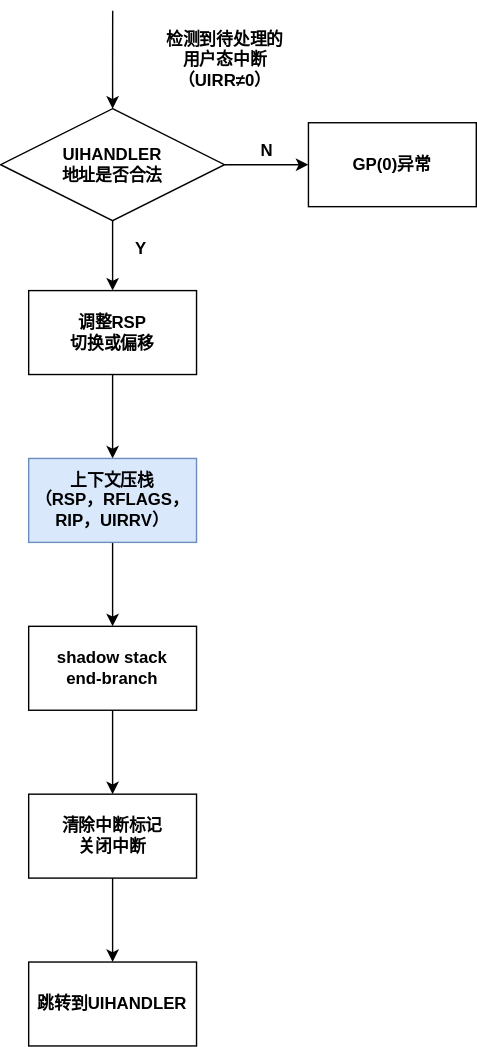
Above: assets/intel-uintr/delivery.svg in Gallium70/rv-n-ext-impl (draw.io), before the change. Source tidied: cells renumbered, new cells last; positions are measured from the earlier drawing's top-left corner, leaving out a move shared by most shapes.
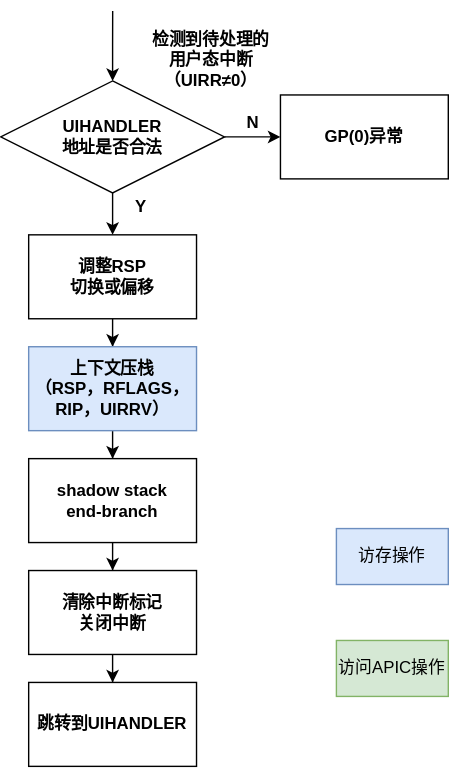
The same file after the commit.

The edit, as a diff of the source:
```diff
@@ -6,7 +6,7 @@
       <mxGeometry relative="1" as="geometry" />
     </mxCell>
     <mxCell id="3" value="调整RSP&lt;br&gt;切换或偏移" style="rounded=0;whiteSpace=wrap;html=1;fontStyle=1;" parent="1" vertex="1">
-      <mxGeometry x="20" y="200" width="120" height="60" as="geometry" />
+      <mxGeometry x="20" y="180" width="120" height="60" as="geometry" />
     </mxCell>
     <mxCell id="4" style="edgeStyle=orthogonalEdgeStyle;rounded=0;jettySize=auto;html=1;exitX=0.5;exitY=1;exitDx=0;exitDy=0;entryX=0.5;entryY=0;entryDx=0;entryDy=0;fontStyle=1;" parent="1" edge="1" source="7" target="3">
       <mxGeometry relative="1" as="geometry" />
@@ -16,44 +16,50 @@
     </mxCell>
     <mxCell id="6" style="edgeStyle=orthogonalEdgeStyle;rounded=0;jettySize=auto;html=1;exitX=0.5;exitY=0;exitDx=0;exitDy=0;endArrow=none;endFill=0;startArrow=classic;startFill=1;fontStyle=1;" parent="1" edge="1" source="7">
       <mxGeometry relative="1" as="geometry">
-        <mxPoint x="80.1" as="targetPoint" />
+        <mxPoint x="80.1" y="20" as="targetPoint" />
       </mxGeometry>
     </mxCell>
     <mxCell id="7" value="UIHANDLER&lt;br&gt;地址是否合法" style="rhombus;whiteSpace=wrap;html=1;fontStyle=1;" parent="1" vertex="1">
       <mxGeometry y="70" width="160" height="80" as="geometry" />
     </mxCell>
     <mxCell id="8" value="Y" style="text;html=1;align=center;verticalAlign=middle;strokeColor=none;fontStyle=1;" parent="1" vertex="1">
-      <mxGeometry x="90" y="160" width="20" height="20" as="geometry" />
+      <mxGeometry x="90" y="150" width="20" height="20" as="geometry" />
     </mxCell>
     <mxCell id="9" value="GP(0)异常" style="whiteSpace=wrap;html=1;fontStyle=1;" parent="1" vertex="1">
-      <mxGeometry x="220" y="80" width="120" height="60" as="geometry" />
+      <mxGeometry x="200" y="80" width="120" height="60" as="geometry" />
     </mxCell>
     <mxCell id="10" value="N" style="text;html=1;align=center;verticalAlign=middle;strokeColor=none;fontStyle=1;" parent="1" vertex="1">
-      <mxGeometry x="180" y="90" width="20" height="20" as="geometry" />
+      <mxGeometry x="170" y="90" width="20" height="20" as="geometry" />
     </mxCell>
     <mxCell id="11" style="edgeStyle=orthogonalEdgeStyle;rounded=0;jettySize=auto;html=1;fontStyle=1;" parent="1" edge="1" source="12" target="14">
       <mxGeometry relative="1" as="geometry" />
     </mxCell>
     <mxCell id="12" value="上下文压栈&lt;br&gt;（RSP，RFLAGS，RIP，UIRRV）" style="rounded=0;whiteSpace=wrap;html=1;fillColor=#dae8fc;strokeColor=#6c8ebf;fontStyle=1;" parent="1" vertex="1">
-      <mxGeometry x="20" y="320" width="120" height="60" as="geometry" />
+      <mxGeometry x="20" y="260" width="120" height="60" as="geometry" />
     </mxCell>
     <mxCell id="13" style="edgeStyle=orthogonalEdgeStyle;rounded=0;jettySize=auto;html=1;fontStyle=1;" parent="1" edge="1" source="14" target="16">
       <mxGeometry relative="1" as="geometry" />
     </mxCell>
     <mxCell id="14" value="shadow stack&lt;br&gt;end-branch" style="rounded=0;whiteSpace=wrap;html=1;fontStyle=1;" parent="1" vertex="1">
-      <mxGeometry x="20" y="440" width="120" height="60" as="geometry" />
+      <mxGeometry x="20" y="340" width="120" height="60" as="geometry" />
     </mxCell>
     <mxCell id="15" style="edgeStyle=orthogonalEdgeStyle;rounded=0;jettySize=auto;html=1;fontStyle=1;" parent="1" edge="1" source="16" target="17">
       <mxGeometry relative="1" as="geometry" />
     </mxCell>
     <mxCell id="16" value="清除中断标记&lt;br&gt;关闭中断" style="whiteSpace=wrap;html=1;rounded=0;fontStyle=1;" parent="1" vertex="1">
-      <mxGeometry x="20" y="560" width="120" height="60" as="geometry" />
+      <mxGeometry x="20" y="420" width="120" height="60" as="geometry" />
     </mxCell>
     <mxCell id="17" value="跳转到UIHANDLER" style="whiteSpace=wrap;html=1;rounded=0;fontStyle=1;" parent="1" vertex="1">
-      <mxGeometry x="20" y="680" width="120" height="60" as="geometry" />
+      <mxGeometry x="20" y="500" width="120" height="60" as="geometry" />
     </mxCell>
     <mxCell id="18" value="检测到待处理的&lt;br&gt;用户态中断&lt;br&gt;（UIRR≠0）" style="text;html=1;align=center;verticalAlign=middle;strokeColor=none;fontStyle=1;" parent="1" vertex="1">
-      <mxGeometry x="110" y="10" width="100" height="50" as="geometry" />
+      <mxGeometry x="100" y="30" width="100" height="50" as="geometry" />
     </mxCell>
+    <mxCell id="19" value="访存操作" style="rounded=0;whiteSpace=wrap;html=1;fillColor=#dae8fc;strokeColor=#6c8ebf;" parent="1" vertex="1">
+      <mxGeometry x="240" y="390" width="80" height="40" as="geometry" />
+    </mxCell>
+    <mxCell id="20" value="访问APIC操作" style="rounded=0;whiteSpace=wrap;html=1;fillColor=#d5e8d4;strokeColor=#82b366;" parent="1" vertex="1">
+      <mxGeometry x="240" y="470" width="80" height="40" as="geometry" />
+    </mxCell>
   </root>
 </mxGraphModel>
```
